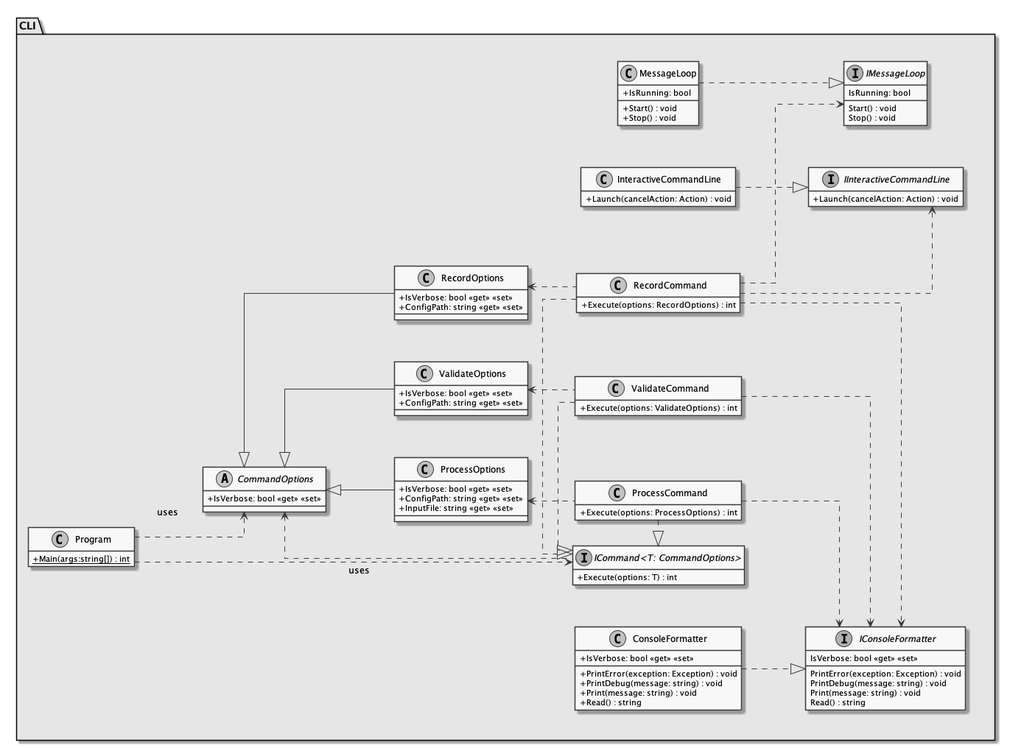
This is documents/sd/resources/Packages/CLI.png from insightmind/MORR, a PlantUML export, as it was before one commit.
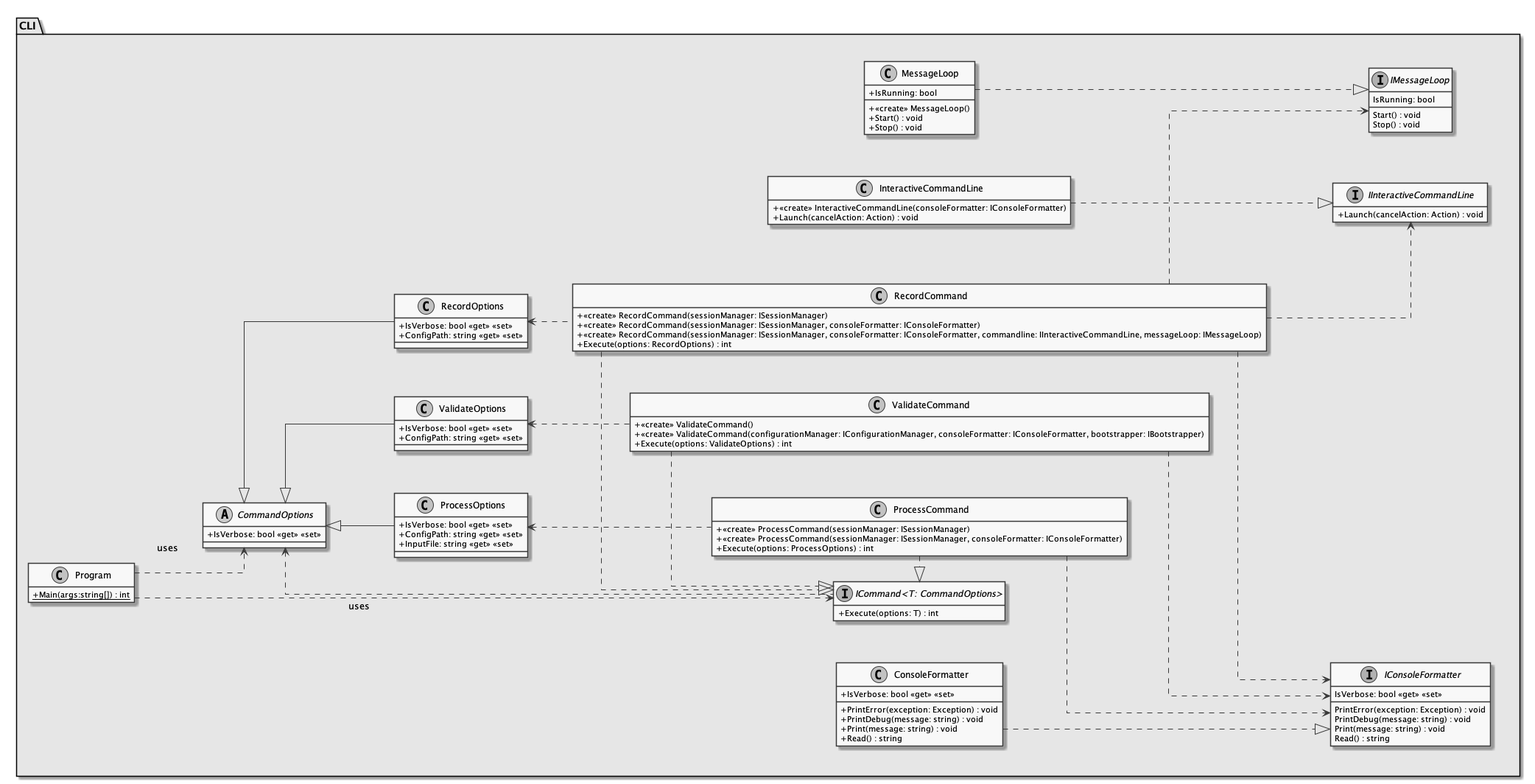
Later version of the same file.

The edit, as a diff of the source:
```diff
@@ -12,6 +12,7 @@
 
     together {
 class InteractiveCommandLine {
+    + <<create>> InteractiveCommandLine(consoleFormatter: IConsoleFormatter)
     + Launch(cancelAction: Action) : void
 }
 interface IInteractiveCommandLine {
@@ -43,6 +44,7 @@
 
     together {
 class MessageLoop {
+    + <<create>> MessageLoop()
     + IsRunning: bool
     + Start() : void
     + Stop() : void
@@ -72,6 +74,8 @@
 
         together {
 class ProcessCommand {
+    + <<create>> ProcessCommand(sessionManager: ISessionManager)
+    + <<create>> ProcessCommand(sessionManager: ISessionManager, consoleFormatter: IConsoleFormatter)
     + Execute(options: ProcessOptions) : int
 }
 
@@ -90,6 +94,9 @@
 
         together {
 class RecordCommand {
+    + <<create>> RecordCommand(sessionManager: ISessionManager)
+    + <<create>> RecordCommand(sessionManager: ISessionManager, consoleFormatter: IConsoleFormatter)
+    + <<create>> RecordCommand(sessionManager: ISessionManager, consoleFormatter: IConsoleFormatter, commandline: IInteractiveCommandLine, messageLoop: IMessageLoop)
     + Execute(options: RecordOptions) : int
 }
 
@@ -108,6 +115,8 @@
 
         together {
 class ValidateCommand {
+    + <<create>> ValidateCommand()
+    + <<create>> ValidateCommand(configurationManager: IConfigurationManager, consoleFormatter: IConsoleFormatter, bootstrapper: IBootstrapper)
     + Execute(options: ValidateOptions) : int
 }
 
```
